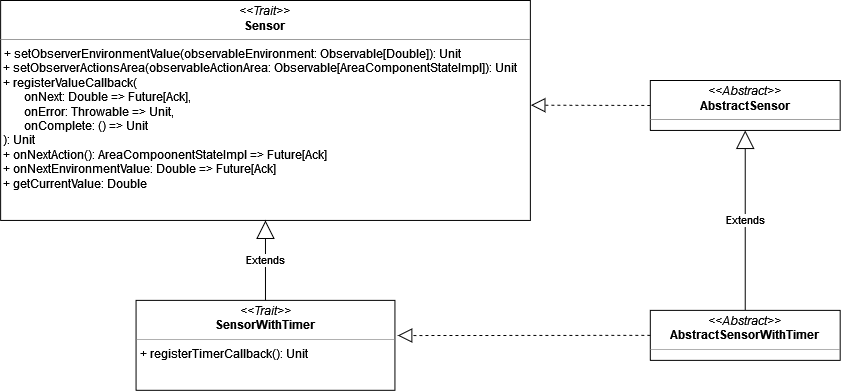
This is docs/img/sensor.png from AnnaVitali/PPS-22-smartgh, a draw.io export, as it was before one commit. Source tidied: cells renumbered, new cells last; positions are measured from the earlier drawing's top-left corner, leaving out a move shared by most shapes. The source it was exported from:
```xml
<mxGraphModel>
  <root>
    <mxCell id="0" />
    <mxCell id="1" parent="0" />
    <mxCell id="2" value="&lt;p style=&quot;margin:0px;margin-top:4px;text-align:center;&quot;&gt;&lt;i&gt;&amp;lt;&amp;lt;Trait&amp;gt;&amp;gt;&lt;/i&gt;&lt;br&gt;&lt;b&gt;Sensor&lt;/b&gt;&lt;br&gt;&lt;/p&gt;&lt;hr size=&quot;1&quot;&gt;&lt;p style=&quot;margin:0px;margin-left:4px;&quot;&gt;+ setObserverEnvironmentValue(observableEnvironment: Observable[Double]): Unit&lt;/p&gt;&lt;div&gt;&amp;nbsp;+ setObserverActionsArea(observableActionArea: Observable[AreaComponentStateImpl]): Unit&lt;/div&gt;&lt;div&gt;&amp;nbsp;+ registerValueCallback(&lt;/div&gt;&lt;div&gt;&lt;span style=&quot;white-space: pre;&quot;&gt;&#9;&lt;/span&gt;onNext: Double =&amp;gt; Future[Ack], &lt;br&gt;&lt;/div&gt;&lt;div&gt;&lt;span style=&quot;white-space: pre;&quot;&gt;&#9;&lt;/span&gt;onError: Throwable =&amp;gt; Unit, &lt;br&gt;&lt;/div&gt;&lt;div&gt;&lt;span style=&quot;white-space: pre;&quot;&gt;&#9;&lt;/span&gt;onComplete: () =&amp;gt; Unit&lt;/div&gt;&lt;div&gt;&amp;nbsp;): Unit&lt;/div&gt;&lt;div&gt;&amp;nbsp;+ onNextAction(): AreaCompoonentStateImpl =&amp;gt; Future[Ack]&lt;/div&gt;&lt;div&gt;&amp;nbsp;+ onNextEnvironmentValue: Double =&amp;gt; Future[Ack]&lt;/div&gt;&lt;div&gt;&amp;nbsp;+ getCurrentValue: Double&lt;br&gt;&lt;/div&gt;&lt;div&gt;&lt;br&gt;&lt;/div&gt;" style="verticalAlign=top;align=left;overflow=fill;fontSize=12;fontFamily=Helvetica;html=1;fillColor=default;" parent="1" vertex="1">
      <mxGeometry width="530" height="220" as="geometry" />
    </mxCell>
    <mxCell id="3" value="&lt;p style=&quot;margin:0px;margin-top:4px;text-align:center;&quot;&gt;&lt;i&gt;&amp;lt;&amp;lt;Trait&amp;gt;&amp;gt;&lt;/i&gt;&lt;br&gt;&lt;b&gt;SensorWithTimer&lt;/b&gt;&lt;br&gt;&lt;/p&gt;&lt;hr size=&quot;1&quot;&gt;&lt;p style=&quot;margin:0px;margin-left:4px;&quot;&gt;+ registerTimerCallback(): Unit&lt;/p&gt;&lt;div&gt;&amp;nbsp;&lt;/div&gt;" style="verticalAlign=top;align=left;overflow=fill;fontSize=12;fontFamily=Helvetica;html=1;fillColor=default;" parent="1" vertex="1">
      <mxGeometry x="135.5" y="300" width="259" height="90" as="geometry" />
    </mxCell>
    <mxCell id="4" value="&lt;p style=&quot;margin:0px;margin-top:4px;text-align:center;&quot;&gt;&lt;i&gt;&amp;lt;&amp;lt;Abstract&amp;gt;&amp;gt;&lt;/i&gt;&lt;br&gt;&lt;b&gt;AbstractSensor&lt;/b&gt;&lt;br&gt;&lt;/p&gt;&lt;hr size=&quot;1&quot;&gt;&lt;p style=&quot;margin:0px;margin-left:4px;&quot;&gt;&lt;br&gt;&lt;/p&gt;" style="verticalAlign=top;align=left;overflow=fill;fontSize=12;fontFamily=Helvetica;html=1;" parent="1" vertex="1">
      <mxGeometry x="650" y="80" width="190" height="50" as="geometry" />
    </mxCell>
    <mxCell id="5" value="&lt;p style=&quot;margin:0px;margin-top:4px;text-align:center;&quot;&gt;&lt;i&gt;&amp;lt;&amp;lt;Abstract&amp;gt;&amp;gt;&lt;/i&gt;&lt;br&gt;&lt;b&gt;AbstractSensorWithTimer&lt;/b&gt;&lt;br&gt;&lt;/p&gt;&lt;hr size=&quot;1&quot;&gt;&lt;p style=&quot;margin:0px;margin-left:4px;&quot;&gt;&lt;br&gt;&lt;/p&gt;" style="verticalAlign=top;align=left;overflow=fill;fontSize=12;fontFamily=Helvetica;html=1;" parent="1" vertex="1">
      <mxGeometry x="650" y="310" width="190" height="50" as="geometry" />
    </mxCell>
    <mxCell id="6" style="endArrow=block;dashed=1;endFill=0;endSize=12;html=1;rounded=0;entryX=1.001;entryY=0.476;entryDx=0;entryDy=0;entryPerimeter=0;exitX=0;exitY=0.5;exitDx=0;exitDy=0;" parent="1" edge="1" source="4" target="2">
      <mxGeometry relative="1" as="geometry" />
    </mxCell>
    <mxCell id="7" style="endArrow=block;dashed=1;endFill=0;endSize=12;html=1;rounded=0;exitX=0;exitY=0.5;exitDx=0;exitDy=0;entryX=1.011;entryY=0.391;entryDx=0;entryDy=0;entryPerimeter=0;" parent="1" edge="1" source="5" target="3">
      <mxGeometry relative="1" as="geometry" />
    </mxCell>
    <mxCell id="8" value="Extends" style="endArrow=block;endSize=16;endFill=0;html=1;rounded=0;entryX=0.5;entryY=1;entryDx=0;entryDy=0;exitX=0.5;exitY=0;exitDx=0;exitDy=0;" parent="1" edge="1" source="5" target="4">
      <mxGeometry relative="1" as="geometry" />
    </mxCell>
    <mxCell id="9" value="Extends" style="endArrow=block;endSize=16;endFill=0;html=1;rounded=0;entryX=0.5;entryY=1;entryDx=0;entryDy=0;exitX=0.5;exitY=0;exitDx=0;exitDy=0;" parent="1" edge="1" source="3" target="2">
      <mxGeometry relative="1" as="geometry" />
    </mxCell>
  </root>
</mxGraphModel>
```
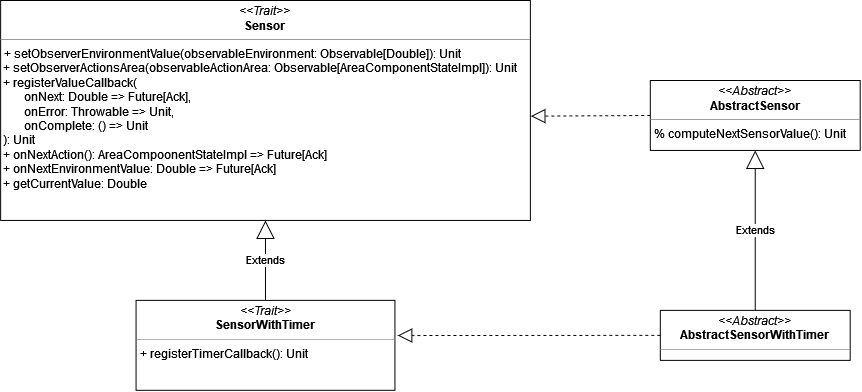
After the change.

Commit message:
update image and sensor description

What changed in the source:
```diff
@@ -8,13 +8,13 @@
     <mxCell id="3" value="&lt;p style=&quot;margin:0px;margin-top:4px;text-align:center;&quot;&gt;&lt;i&gt;&amp;lt;&amp;lt;Trait&amp;gt;&amp;gt;&lt;/i&gt;&lt;br&gt;&lt;b&gt;SensorWithTimer&lt;/b&gt;&lt;br&gt;&lt;/p&gt;&lt;hr size=&quot;1&quot;&gt;&lt;p style=&quot;margin:0px;margin-left:4px;&quot;&gt;+ registerTimerCallback(): Unit&lt;/p&gt;&lt;div&gt;&amp;nbsp;&lt;/div&gt;" style="verticalAlign=top;align=left;overflow=fill;fontSize=12;fontFamily=Helvetica;html=1;fillColor=default;" parent="1" vertex="1">
       <mxGeometry x="135.5" y="300" width="259" height="90" as="geometry" />
     </mxCell>
-    <mxCell id="4" value="&lt;p style=&quot;margin:0px;margin-top:4px;text-align:center;&quot;&gt;&lt;i&gt;&amp;lt;&amp;lt;Abstract&amp;gt;&amp;gt;&lt;/i&gt;&lt;br&gt;&lt;b&gt;AbstractSensor&lt;/b&gt;&lt;br&gt;&lt;/p&gt;&lt;hr size=&quot;1&quot;&gt;&lt;p style=&quot;margin:0px;margin-left:4px;&quot;&gt;&lt;br&gt;&lt;/p&gt;" style="verticalAlign=top;align=left;overflow=fill;fontSize=12;fontFamily=Helvetica;html=1;" parent="1" vertex="1">
-      <mxGeometry x="650" y="80" width="190" height="50" as="geometry" />
+    <mxCell id="4" value="&lt;p style=&quot;margin:0px;margin-top:4px;text-align:center;&quot;&gt;&lt;i&gt;&amp;lt;&amp;lt;Abstract&amp;gt;&amp;gt;&lt;/i&gt;&lt;br&gt;&lt;b&gt;AbstractSensor&lt;/b&gt;&lt;br&gt;&lt;/p&gt;&lt;hr size=&quot;1&quot;&gt;&lt;p style=&quot;margin:0px;margin-left:4px;&quot;&gt;% computeNextSensorValue(): Unit&lt;br&gt;&lt;/p&gt;" style="verticalAlign=top;align=left;overflow=fill;fontSize=12;fontFamily=Helvetica;html=1;" parent="1" vertex="1">
+      <mxGeometry x="650" y="80" width="210" height="70" as="geometry" />
     </mxCell>
     <mxCell id="5" value="&lt;p style=&quot;margin:0px;margin-top:4px;text-align:center;&quot;&gt;&lt;i&gt;&amp;lt;&amp;lt;Abstract&amp;gt;&amp;gt;&lt;/i&gt;&lt;br&gt;&lt;b&gt;AbstractSensorWithTimer&lt;/b&gt;&lt;br&gt;&lt;/p&gt;&lt;hr size=&quot;1&quot;&gt;&lt;p style=&quot;margin:0px;margin-left:4px;&quot;&gt;&lt;br&gt;&lt;/p&gt;" style="verticalAlign=top;align=left;overflow=fill;fontSize=12;fontFamily=Helvetica;html=1;" parent="1" vertex="1">
-      <mxGeometry x="650" y="310" width="190" height="50" as="geometry" />
+      <mxGeometry x="660" y="310" width="190" height="50" as="geometry" />
     </mxCell>
-    <mxCell id="6" style="endArrow=block;dashed=1;endFill=0;endSize=12;html=1;rounded=0;entryX=1.001;entryY=0.476;entryDx=0;entryDy=0;entryPerimeter=0;exitX=0;exitY=0.5;exitDx=0;exitDy=0;" parent="1" edge="1" source="4" target="2">
+    <mxCell id="6" style="endArrow=block;dashed=1;endFill=0;endSize=12;html=1;rounded=0;entryX=1.001;entryY=0.526;entryDx=0;entryDy=0;exitX=0;exitY=0.5;exitDx=0;exitDy=0;entryPerimeter=0;" parent="1" edge="1" source="4" target="2">
       <mxGeometry relative="1" as="geometry" />
     </mxCell>
     <mxCell id="7" style="endArrow=block;dashed=1;endFill=0;endSize=12;html=1;rounded=0;exitX=0;exitY=0.5;exitDx=0;exitDy=0;entryX=1.011;entryY=0.391;entryDx=0;entryDy=0;entryPerimeter=0;" parent="1" edge="1" source="5" target="3">
```
